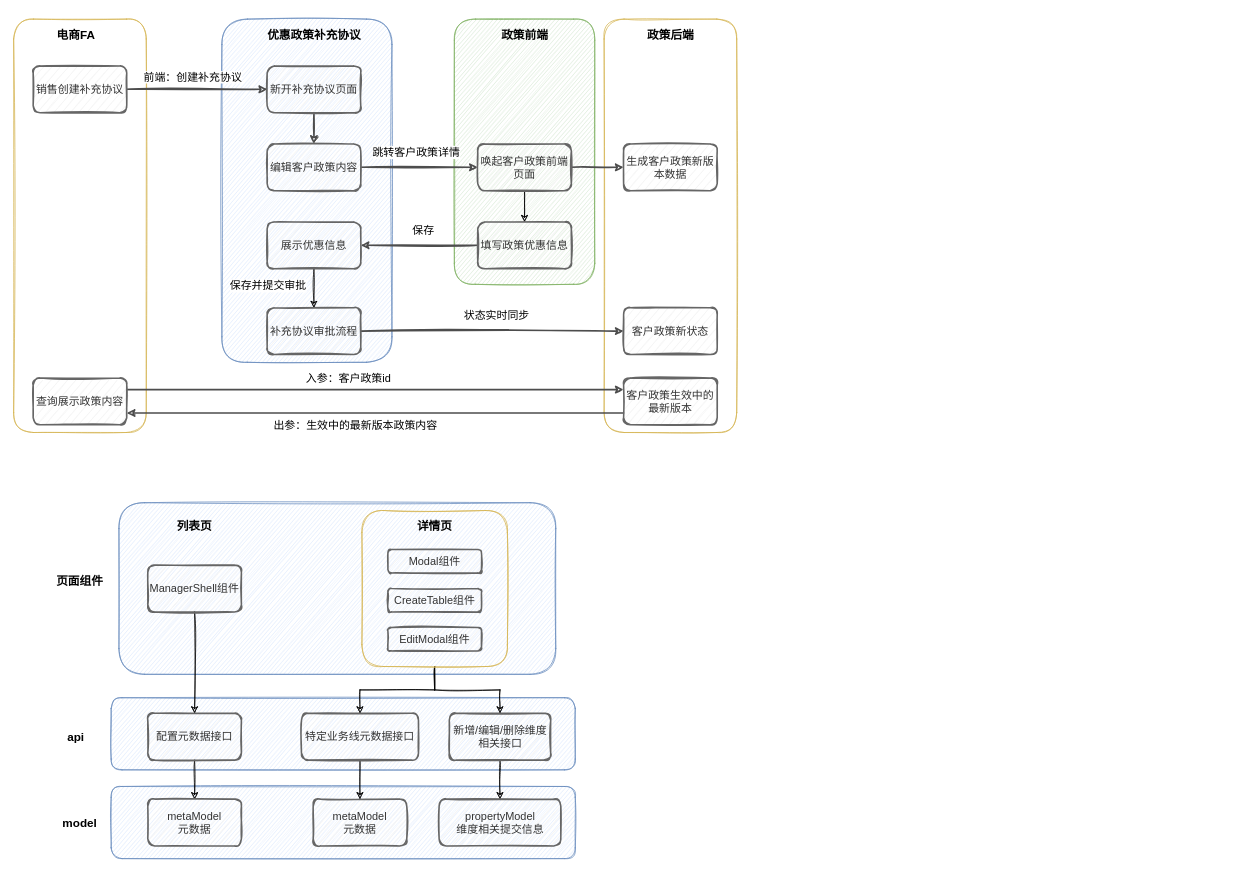
The draw.io diagram Untitled Diagram.drawio in qn-wu/mall, before the edit. Source tidied: cells renumbered, new cells numbered last; positions are measured from the earlier drawing's top-left corner, leaving out a move shared by most shapes. Both pictures are drawn from the tidied source at 78%, with x=0, y=0 at pixel (13, 19).
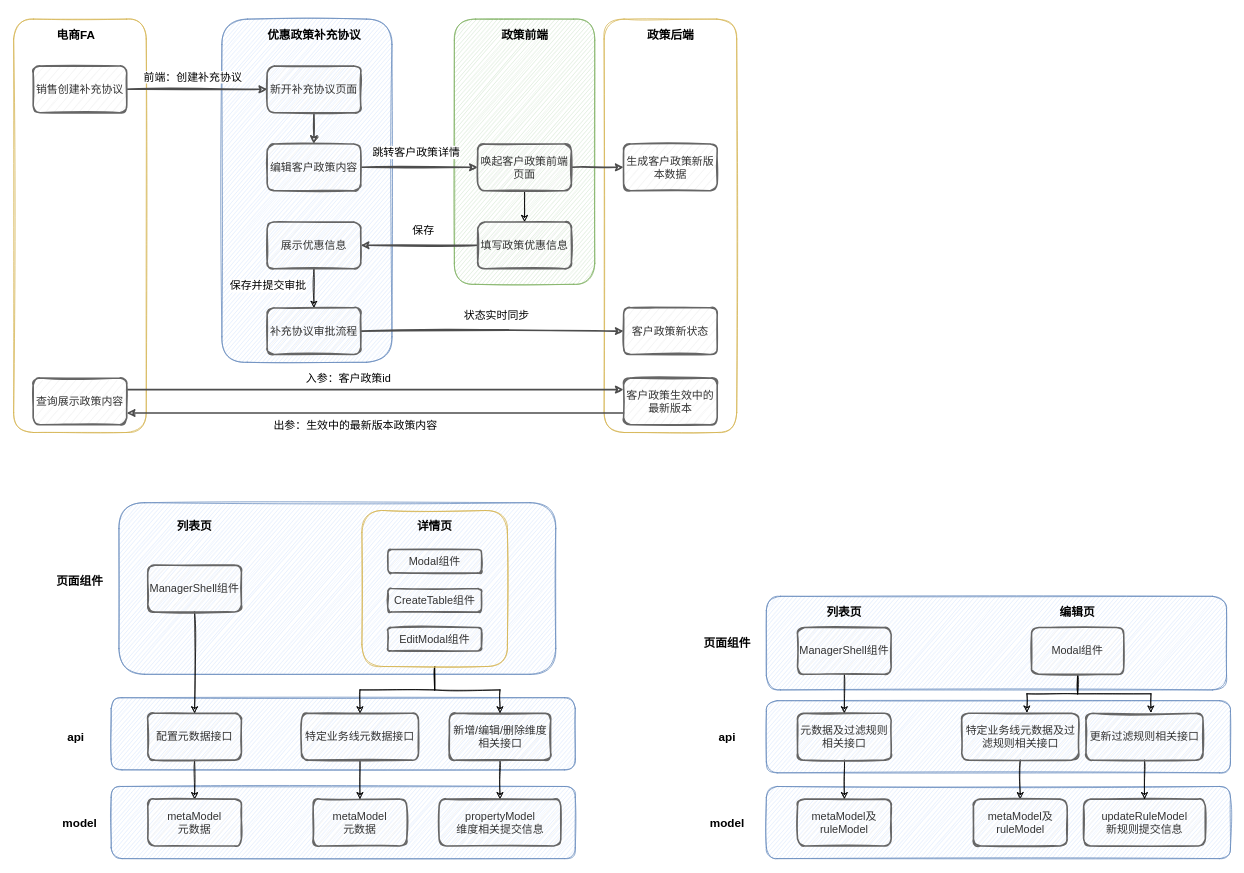
After the change.

Diff of the diagram source:
```diff
@@
+    <mxCell id="63" style="rounded=1;whiteSpace=wrap;html=1;shadow=0;glass=0;sketch=1;fontSize=14;strokeColor=#6c8ebf;strokeWidth=1;fillColor=#dae8fc;verticalAlign=middle;" parent="1" vertex="1">
+      <mxGeometry x="965" y="983.8" width="595" height="92.5" as="geometry" />
+    </mxCell>
+    <mxCell id="64" style="rounded=1;whiteSpace=wrap;html=1;shadow=0;glass=0;sketch=1;fontSize=14;strokeColor=#6c8ebf;strokeWidth=1;fillColor=#dae8fc;verticalAlign=middle;" parent="1" vertex="1">
+      <mxGeometry x="965" y="873.8" width="595" height="92.5" as="geometry" />
+    </mxCell>
+    <mxCell id="65" style="rounded=1;whiteSpace=wrap;html=1;shadow=0;glass=0;sketch=1;fontSize=14;strokeColor=#6c8ebf;strokeWidth=1;fillColor=#dae8fc;verticalAlign=middle;" parent="1" vertex="1">
+      <mxGeometry x="965" y="740" width="590" height="120" as="geometry" />
+    </mxCell>
+    <mxCell id="66" style="edgeStyle=orthogonalEdgeStyle;rounded=0;sketch=1;jettySize=auto;html=1;entryX=0.5;entryY=0;entryDx=0;entryDy=0;" parent="1" edge="1" source="67" target="74">
+      <mxGeometry relative="1" as="geometry" />
+    </mxCell>
+    <mxCell id="67" value="&lt;span style=&quot;font-size: 14px&quot;&gt;ManagerShell组件&lt;/span&gt;" style="rounded=1;whiteSpace=wrap;html=1;sketch=1;glass=0;shadow=0;fillColor=#f5f5f5;strokeColor=#666666;fontColor=#333333;strokeWidth=2;" parent="1" vertex="1">
+      <mxGeometry x="1005" y="780" width="120" height="60" as="geometry" />
+    </mxCell>
+    <mxCell id="68" value="&lt;h4&gt;&lt;font style=&quot;font-size: 15px&quot;&gt;列表页&lt;/font&gt;&lt;/h4&gt;" style="text;html=1;strokeColor=none;fillColor=none;align=center;verticalAlign=middle;whiteSpace=wrap;rounded=0;shadow=0;glass=0;sketch=1;fontSize=14;" parent="1" vertex="1">
+      <mxGeometry x="1025" y="750" width="80" height="20" as="geometry" />
+    </mxCell>
+    <mxCell id="69" style="edgeStyle=orthogonalEdgeStyle;rounded=0;sketch=1;jettySize=auto;html=1;entryX=0.557;entryY=-0.017;entryDx=0;entryDy=0;entryPerimeter=0;" parent="1" edge="1" source="71" target="76">
+      <mxGeometry relative="1" as="geometry" />
+    </mxCell>
+    <mxCell id="70" style="edgeStyle=orthogonalEdgeStyle;rounded=0;sketch=1;jettySize=auto;html=1;entryX=0.555;entryY=-0.017;entryDx=0;entryDy=0;entryPerimeter=0;" parent="1" edge="1" source="71" target="84">
+      <mxGeometry relative="1" as="geometry" />
+    </mxCell>
+    <mxCell id="71" value="&lt;span style=&quot;font-size: 14px&quot;&gt;Modal组件&lt;/span&gt;" style="rounded=1;whiteSpace=wrap;html=1;sketch=1;glass=0;shadow=0;fillColor=#f5f5f5;strokeColor=#666666;fontColor=#333333;strokeWidth=2;" parent="1" vertex="1">
+      <mxGeometry x="1305" y="780" width="118.2" height="60" as="geometry" />
+    </mxCell>
+    <mxCell id="72" value="&lt;h4&gt;&lt;font style=&quot;font-size: 15px&quot;&gt;编辑页&lt;/font&gt;&lt;/h4&gt;" style="text;html=1;strokeColor=none;fillColor=none;align=center;verticalAlign=middle;whiteSpace=wrap;rounded=0;shadow=0;glass=0;sketch=1;fontSize=14;" parent="1" vertex="1">
+      <mxGeometry x="1324.1" y="750" width="80" height="20" as="geometry" />
+    </mxCell>
+    <mxCell id="73" style="edgeStyle=orthogonalEdgeStyle;rounded=0;sketch=1;jettySize=auto;html=1;entryX=0.5;entryY=0;entryDx=0;entryDy=0;" parent="1" edge="1" source="74" target="77">
+      <mxGeometry relative="1" as="geometry" />
+    </mxCell>
+    <mxCell id="74" value="&lt;span style=&quot;font-size: 14px&quot;&gt;元数据及过滤规则相关接口&lt;/span&gt;" style="rounded=1;whiteSpace=wrap;html=1;sketch=1;glass=0;shadow=0;fillColor=#f5f5f5;strokeColor=#666666;fontColor=#333333;strokeWidth=2;" parent="1" vertex="1">
+      <mxGeometry x="1005" y="890" width="120" height="60" as="geometry" />
+    </mxCell>
+    <mxCell id="75" style="edgeStyle=orthogonalEdgeStyle;rounded=0;sketch=1;jettySize=auto;html=1;exitX=0.5;exitY=1;exitDx=0;exitDy=0;entryX=0.5;entryY=0;entryDx=0;entryDy=0;" parent="1" edge="1" source="76" target="82">
+      <mxGeometry relative="1" as="geometry" />
+    </mxCell>
+    <mxCell id="76" value="&lt;span style=&quot;font-size: 14px&quot;&gt;特定业务线元数据及过滤规则相关接口&lt;/span&gt;" style="rounded=1;whiteSpace=wrap;html=1;sketch=1;glass=0;shadow=0;fillColor=#f5f5f5;strokeColor=#666666;fontColor=#333333;strokeWidth=2;" parent="1" vertex="1">
+      <mxGeometry x="1215.5" y="890" width="150" height="60" as="geometry" />
+    </mxCell>
+    <mxCell id="77" value="&lt;span style=&quot;font-size: 14px&quot;&gt;metaModel及ruleModel&lt;br&gt;&lt;/span&gt;" style="rounded=1;whiteSpace=wrap;html=1;sketch=1;glass=0;shadow=0;fillColor=#f5f5f5;strokeColor=#666666;fontColor=#333333;strokeWidth=2;" parent="1" vertex="1">
+      <mxGeometry x="1005" y="1000" width="120" height="60" as="geometry" />
+    </mxCell>
+    <mxCell id="78" value="&lt;span style=&quot;font-size: 14px&quot;&gt;updateRuleModel&lt;br&gt;新规则&lt;/span&gt;&lt;span style=&quot;font-size: 14px&quot;&gt;提交信息&lt;br&gt;&lt;/span&gt;" style="rounded=1;whiteSpace=wrap;html=1;sketch=1;glass=0;shadow=0;fillColor=#f5f5f5;strokeColor=#666666;fontColor=#333333;strokeWidth=2;" parent="1" vertex="1">
+      <mxGeometry x="1371.8" y="1000" width="156" height="60" as="geometry" />
+    </mxCell>
+    <mxCell id="79" value="&lt;h4&gt;&lt;font style=&quot;font-size: 15px&quot;&gt;页面组件&lt;/font&gt;&lt;/h4&gt;" style="text;html=1;strokeColor=none;fillColor=none;align=center;verticalAlign=middle;whiteSpace=wrap;rounded=0;shadow=0;glass=0;sketch=1;fontSize=14;" parent="1" vertex="1">
+      <mxGeometry x="875" y="790" width="80" height="20" as="geometry" />
+    </mxCell>
+    <mxCell id="80" value="&lt;h4&gt;&lt;font style=&quot;font-size: 15px&quot;&gt;api&lt;/font&gt;&lt;/h4&gt;" style="text;html=1;strokeColor=none;fillColor=none;align=center;verticalAlign=middle;whiteSpace=wrap;rounded=0;shadow=0;glass=0;sketch=1;fontSize=14;" parent="1" vertex="1">
+      <mxGeometry x="875" y="910" width="80" height="20" as="geometry" />
+    </mxCell>
+    <mxCell id="81" value="&lt;h4&gt;&lt;font style=&quot;font-size: 15px&quot;&gt;model&lt;/font&gt;&lt;/h4&gt;" style="text;html=1;strokeColor=none;fillColor=none;align=center;verticalAlign=middle;whiteSpace=wrap;rounded=0;shadow=0;glass=0;sketch=1;fontSize=14;" parent="1" vertex="1">
+      <mxGeometry x="875" y="1020" width="80" height="20" as="geometry" />
+    </mxCell>
+    <mxCell id="82" value="&lt;span style=&quot;font-size: 14px&quot;&gt;metaModel及ruleModel&lt;br&gt;&lt;/span&gt;" style="rounded=1;whiteSpace=wrap;html=1;sketch=1;glass=0;shadow=0;fillColor=#f5f5f5;strokeColor=#666666;fontColor=#333333;strokeWidth=2;" parent="1" vertex="1">
+      <mxGeometry x="1230.5" y="1000" width="120" height="60" as="geometry" />
+    </mxCell>
+    <mxCell id="83" style="edgeStyle=orthogonalEdgeStyle;rounded=0;sketch=1;jettySize=auto;html=1;entryX=0.5;entryY=0;entryDx=0;entryDy=0;" parent="1" edge="1" source="84" target="78">
+      <mxGeometry relative="1" as="geometry" />
+    </mxCell>
+    <mxCell id="84" value="&lt;span style=&quot;font-size: 14px&quot;&gt;更新过滤规则相关接口&lt;/span&gt;" style="rounded=1;whiteSpace=wrap;html=1;sketch=1;glass=0;shadow=0;fillColor=#f5f5f5;strokeColor=#666666;fontColor=#333333;strokeWidth=2;" parent="1" vertex="1">
+      <mxGeometry x="1374.8" y="890" width="150" height="60" as="geometry" />
+    </mxCell>
```
